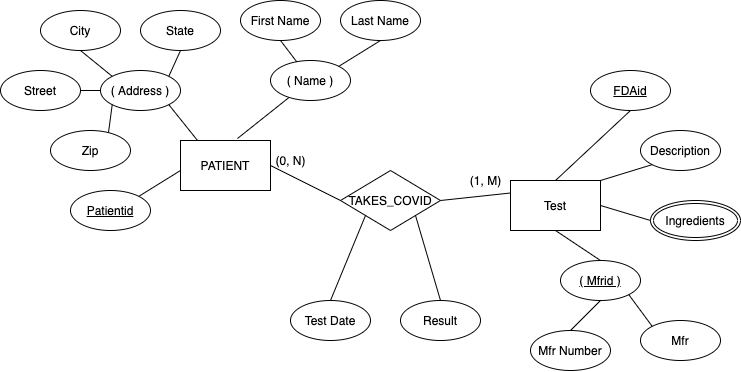
Above: ER Diagrams/HW1_Q1.png in dayylmao/CS470_diagrams (draw.io), before the change. Source tidied: cells renumbered, new cells last; positions are measured from the earlier drawing's top-left corner, leaving out a move shared by most shapes.
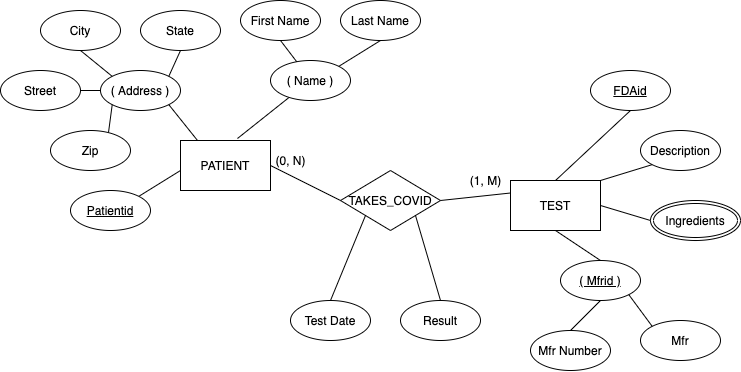
Above is the later version.

The edit, as a diff of the source:
```diff
@@ -61,7 +61,7 @@
     <mxCell id="20" value="&lt;u&gt;Patientid&lt;/u&gt;" style="ellipse;whiteSpace=wrap;html=1;" parent="1" vertex="1">
       <mxGeometry x="70" y="190" width="80" height="40" as="geometry" />
     </mxCell>
-    <mxCell id="21" value="Test" style="rounded=0;whiteSpace=wrap;html=1;" parent="1" vertex="1">
+    <mxCell id="21" value="TEST" style="rounded=0;whiteSpace=wrap;html=1;" parent="1" vertex="1">
       <mxGeometry x="510" y="180" width="90" height="50" as="geometry" />
     </mxCell>
     <mxCell id="22" value="&lt;u&gt;FDAid&lt;/u&gt;" style="ellipse;whiteSpace=wrap;html=1;" parent="1" vertex="1">
```
